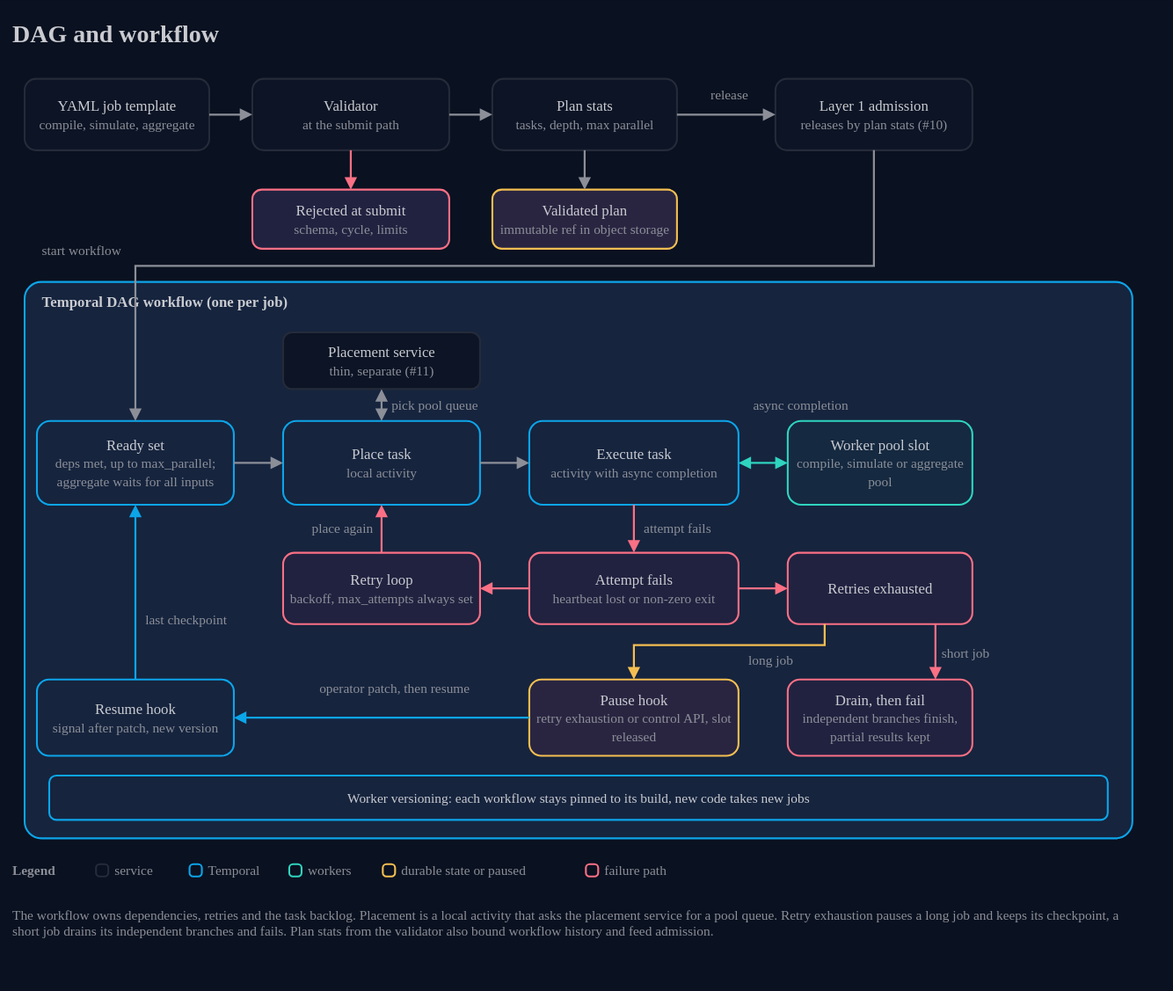
AndoNorth/wasm-dag-forge keeps this draw.io diagram as docs/architecture/12-dag-and-workflow.drawio.svg. Above is the earlier version. Source tidied: cells renumbered, new cells last; positions are measured from the earlier drawing's top-left corner, leaving out a move shared by most shapes.
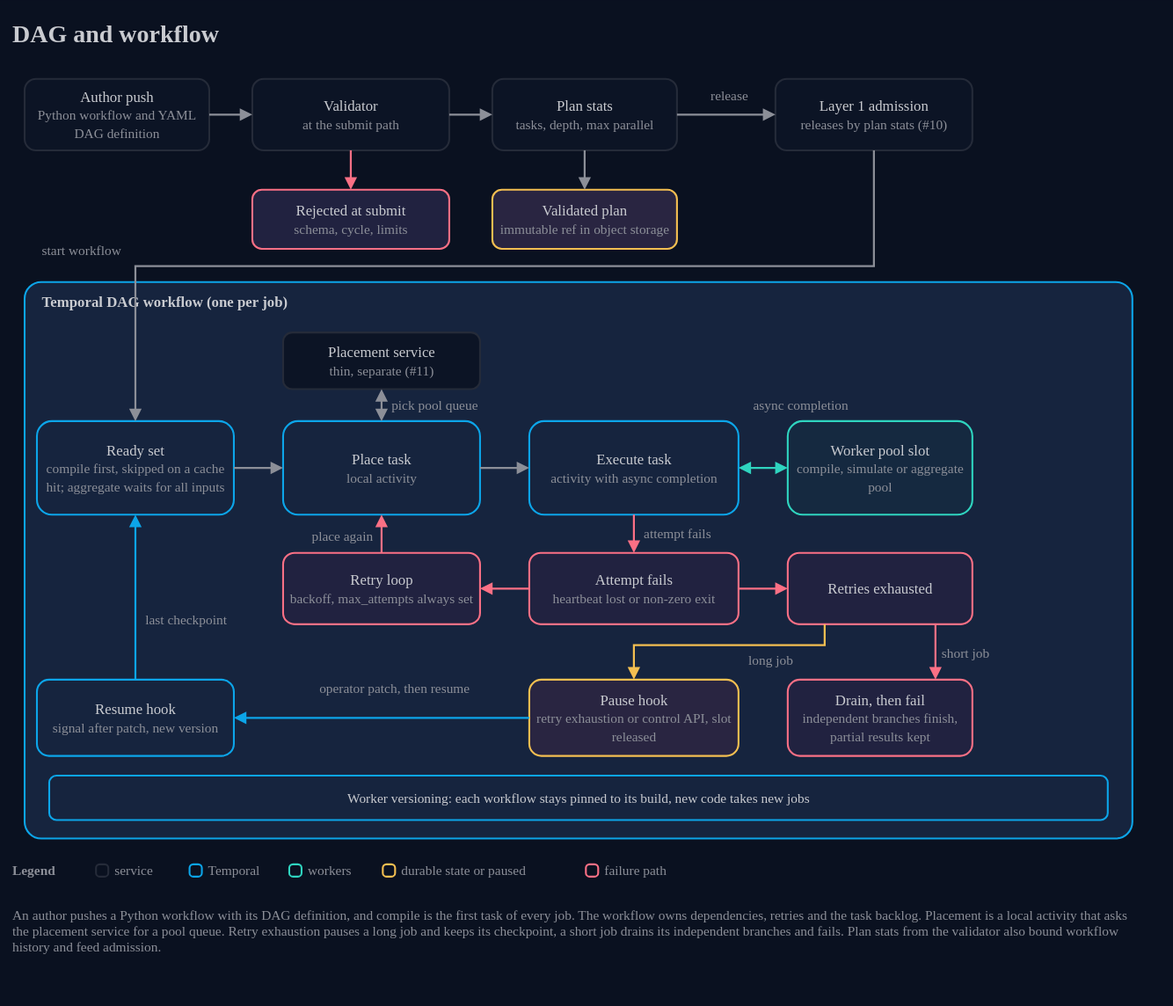
The same diagram one commit later.

Commit message:
docs(architecture): [#3][#4][#5][#6][#11][#12] show compile cache, WIT boundary, limits, package mirror and per-seed results

Change to the diagram source:
```diff
@@ -5,7 +5,7 @@
     <mxCell id="2" value="DAG and workflow" style="text;html=1;strokeColor=none;fillColor=none;align=left;verticalAlign=middle;whiteSpace=nowrap;fontColor=#c9cbd0;fontSize=20;fontStyle=1;fontFamily=IBM Plex Sans;spacing=0;" parent="1" vertex="1">
       <mxGeometry width="920" height="32" as="geometry" />
     </mxCell>
-    <mxCell id="3" value="YAML job template&lt;br&gt;&lt;font color=&quot;#8c8f98&quot; style=&quot;font-size:11px&quot;&gt;compile, simulate, aggregate&lt;/font&gt;" style="rounded=1;arcSize=16;html=1;whiteSpace=wrap;fillColor=#0c1425;strokeColor=#252b39;strokeWidth=1.5;fontColor=#c9cbd0;fontSize=12;fontFamily=IBM Plex Sans;align=center;verticalAlign=middle;" parent="1" vertex="1">
+    <mxCell id="3" value="Author push&lt;br&gt;&lt;font color=&quot;#8c8f98&quot; style=&quot;font-size:11px&quot;&gt;Python workflow and YAML DAG definition&lt;/font&gt;" style="rounded=1;arcSize=16;html=1;whiteSpace=wrap;fillColor=#0c1425;strokeColor=#252b39;strokeWidth=1.5;fontColor=#c9cbd0;fontSize=12;fontFamily=IBM Plex Sans;align=center;verticalAlign=middle;" parent="1" vertex="1">
       <mxGeometry x="10" y="54" width="150" height="58" as="geometry" />
     </mxCell>
     <mxCell id="4" value="Validator&lt;br&gt;&lt;font color=&quot;#8c8f98&quot; style=&quot;font-size:11px&quot;&gt;at the submit path&lt;/font&gt;" style="rounded=1;arcSize=16;html=1;whiteSpace=wrap;fillColor=#0c1425;strokeColor=#252b39;strokeWidth=1.5;fontColor=#c9cbd0;fontSize=12;fontFamily=IBM Plex Sans;align=center;verticalAlign=middle;" parent="1" vertex="1">
@@ -48,19 +48,19 @@
       <mxGeometry x="24" y="224" width="400" height="22" as="geometry" />
     </mxCell>
     <mxCell id="17" value="Place task&lt;br&gt;&lt;font color=&quot;#8c8f98&quot; style=&quot;font-size:11px&quot;&gt;local activity&lt;/font&gt;" style="rounded=1;arcSize=16;html=1;whiteSpace=wrap;fillColor=#16243e;strokeColor=#0ca5e9;strokeWidth=1.5;fontColor=#c9cbd0;fontSize=12;fontFamily=IBM Plex Sans;align=center;verticalAlign=middle;" parent="1" vertex="1">
-      <mxGeometry x="220" y="332" width="160" height="68" as="geometry" />
+      <mxGeometry x="220" y="332" width="160" height="76" as="geometry" />
     </mxCell>
     <mxCell id="18" value="Placement service&lt;br&gt;&lt;font color=&quot;#8c8f98&quot; style=&quot;font-size:11px&quot;&gt;thin, separate (#11)&lt;/font&gt;" style="rounded=1;arcSize=16;html=1;whiteSpace=wrap;fillColor=#0c1425;strokeColor=#252b39;strokeWidth=1.5;fontColor=#c9cbd0;fontSize=12;fontFamily=IBM Plex Sans;align=center;verticalAlign=middle;" parent="1" vertex="1">
       <mxGeometry x="220" y="260" width="160" height="46" as="geometry" />
     </mxCell>
-    <mxCell id="19" value="Ready set&lt;br&gt;&lt;font color=&quot;#8c8f98&quot; style=&quot;font-size:11px&quot;&gt;deps met, up to max_parallel; aggregate waits for all inputs&lt;/font&gt;" style="rounded=1;arcSize=16;html=1;whiteSpace=wrap;fillColor=#16243e;strokeColor=#0ca5e9;strokeWidth=1.5;fontColor=#c9cbd0;fontSize=12;fontFamily=IBM Plex Sans;align=center;verticalAlign=middle;" parent="1" vertex="1">
-      <mxGeometry x="20" y="332" width="160" height="68" as="geometry" />
+    <mxCell id="19" value="Ready set&lt;br&gt;&lt;font color=&quot;#8c8f98&quot; style=&quot;font-size:11px&quot;&gt;compile first, skipped on a cache hit; aggregate waits for all inputs&lt;/font&gt;" style="rounded=1;arcSize=16;html=1;whiteSpace=wrap;fillColor=#16243e;strokeColor=#0ca5e9;strokeWidth=1.5;fontColor=#c9cbd0;fontSize=12;fontFamily=IBM Plex Sans;align=center;verticalAlign=middle;" parent="1" vertex="1">
+      <mxGeometry x="20" y="332" width="160" height="76" as="geometry" />
     </mxCell>
     <mxCell id="20" value="Execute task&lt;br&gt;&lt;font color=&quot;#8c8f98&quot; style=&quot;font-size:11px&quot;&gt;activity with async completion&lt;/font&gt;" style="rounded=1;arcSize=16;html=1;whiteSpace=wrap;fillColor=#16243e;strokeColor=#0ca5e9;strokeWidth=1.5;fontColor=#c9cbd0;fontSize=12;fontFamily=IBM Plex Sans;align=center;verticalAlign=middle;" parent="1" vertex="1">
-      <mxGeometry x="420" y="332" width="170" height="68" as="geometry" />
+      <mxGeometry x="420" y="332" width="170" height="76" as="geometry" />
     </mxCell>
     <mxCell id="21" value="Worker pool slot&lt;br&gt;&lt;font color=&quot;#8c8f98&quot; style=&quot;font-size:11px&quot;&gt;compile, simulate or aggregate pool&lt;/font&gt;" style="rounded=1;arcSize=16;html=1;whiteSpace=wrap;fillColor=#152940;strokeColor=#2fd4bf;strokeWidth=1.5;fontColor=#c9cbd0;fontSize=12;fontFamily=IBM Plex Sans;align=center;verticalAlign=middle;" parent="1" vertex="1">
-      <mxGeometry x="630" y="332" width="150" height="68" as="geometry" />
+      <mxGeometry x="630" y="332" width="150" height="76" as="geometry" />
     </mxCell>
     <mxCell id="22" value="Retry loop&lt;br&gt;&lt;font color=&quot;#8c8f98&quot; style=&quot;font-size:11px&quot;&gt;backoff, max_attempts always set&lt;/font&gt;" style="rounded=1;arcSize=16;html=1;whiteSpace=wrap;fillColor=#212240;strokeColor=#fb7085;strokeWidth=1.5;fontColor=#c9cbd0;fontSize=12;fontFamily=IBM Plex Sans;align=center;verticalAlign=middle;" parent="1" vertex="1">
       <mxGeometry x="220" y="439" width="160" height="58" as="geometry" />
@@ -116,7 +116,7 @@
       <mxGeometry relative="1" as="geometry" />
     </mxCell>
     <mxCell id="38" value="attempt fails" style="text;html=1;strokeColor=none;fillColor=none;align=left;verticalAlign=middle;whiteSpace=nowrap;fontColor=#8c8f98;fontSize=11;fontFamily=IBM Plex Sans;spacing=0;" parent="1" vertex="1">
-      <mxGeometry x="513" y="410" width="100" height="18" as="geometry" />
+      <mxGeometry x="513" y="414" width="100" height="18" as="geometry" />
     </mxCell>
     <mxCell id="39" style="endArrow=block;endFill=1;startArrow=none;startFill=1;html=1;rounded=0;strokeColor=#fb7085;strokeWidth=1.6;exitX=0;exitY=0.5;exitDx=0;exitDy=0;entryX=1;entryY=0.5;entryDx=0;entryDy=0;" parent="1" edge="1" source="23" target="22">
       <mxGeometry relative="1" as="geometry" />
@@ -125,7 +125,7 @@
       <mxGeometry relative="1" as="geometry" />
     </mxCell>
     <mxCell id="41" value="place again" style="text;html=1;strokeColor=none;fillColor=none;align=right;verticalAlign=middle;whiteSpace=nowrap;fontColor=#8c8f98;fontSize=11;fontFamily=IBM Plex Sans;spacing=0;" parent="1" vertex="1">
-      <mxGeometry x="180" y="410" width="112" height="18" as="geometry" />
+      <mxGeometry x="180" y="416" width="112" height="18" as="geometry" />
     </mxCell>
     <mxCell id="42" style="endArrow=block;endFill=1;startArrow=none;startFill=1;html=1;rounded=0;strokeColor=#fb7085;strokeWidth=1.6;exitX=1;exitY=0.5;exitDx=0;exitDy=0;entryX=0;entryY=0.5;entryDx=0;entryDy=0;" parent="1" edge="1" source="23" target="24">
       <mxGeometry relative="1" as="geometry" />
@@ -192,8 +192,8 @@
     <mxCell id="61" value="failure path" style="text;html=1;strokeColor=none;fillColor=none;align=left;verticalAlign=middle;whiteSpace=nowrap;fontColor=#8c8f98;fontSize=11;fontFamily=IBM Plex Sans;spacing=0;" parent="1" vertex="1">
       <mxGeometry x="481" y="688" width="75" height="18" as="geometry" />
     </mxCell>
-    <mxCell id="62" value="The workflow owns dependencies, retries and the task backlog. Placement is a local activity that asks the placement service for a pool queue. Retry exhaustion pauses a long job and keeps its checkpoint, a short job drains its independent branches and fails. Plan stats from the validator also bound workflow history and feed admission." style="text;html=1;strokeColor=none;fillColor=none;align=left;verticalAlign=top;whiteSpace=wrap;fontColor=#8c8f98;fontSize=11;fontFamily=IBM Plex Sans;spacing=0;" parent="1" vertex="1">
-      <mxGeometry y="722" width="920" height="52" as="geometry" />
+    <mxCell id="62" value="An author pushes a Python workflow with its DAG definition, and compile is the first task of every job. The workflow owns dependencies, retries and the task backlog. Placement is a local activity that asks the placement service for a pool queue. Retry exhaustion pauses a long job and keeps its checkpoint, a short job drains its independent branches and fails. Plan stats from the validator also bound workflow history and feed admission." style="text;html=1;strokeColor=none;fillColor=none;align=left;verticalAlign=top;whiteSpace=wrap;fontColor=#8c8f98;fontSize=11;fontFamily=IBM Plex Sans;spacing=0;" parent="1" vertex="1">
+      <mxGeometry y="722" width="920" height="64" as="geometry" />
     </mxCell>
   </root>
 </mxGraphModel>
```
